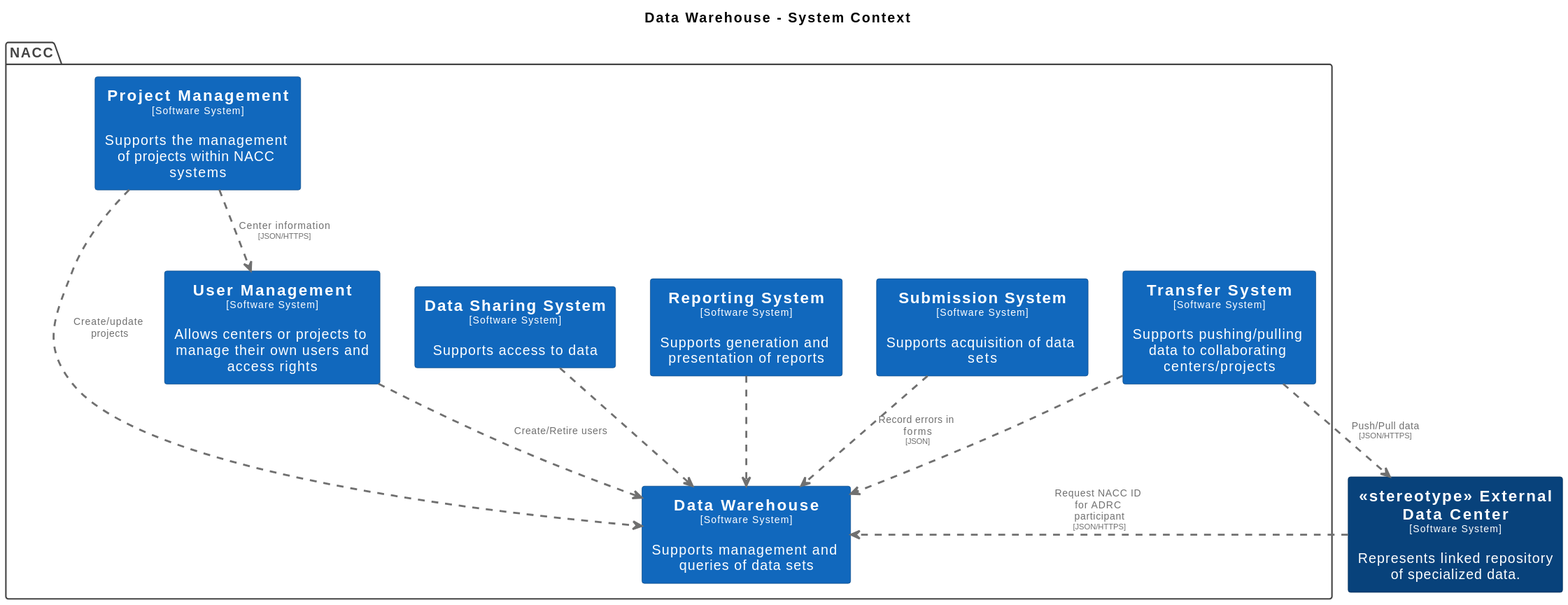
This is docs/images/structurizr-WarehouseContext.svg from naccdata/system-design, a PlantUML export, as it was before one commit.
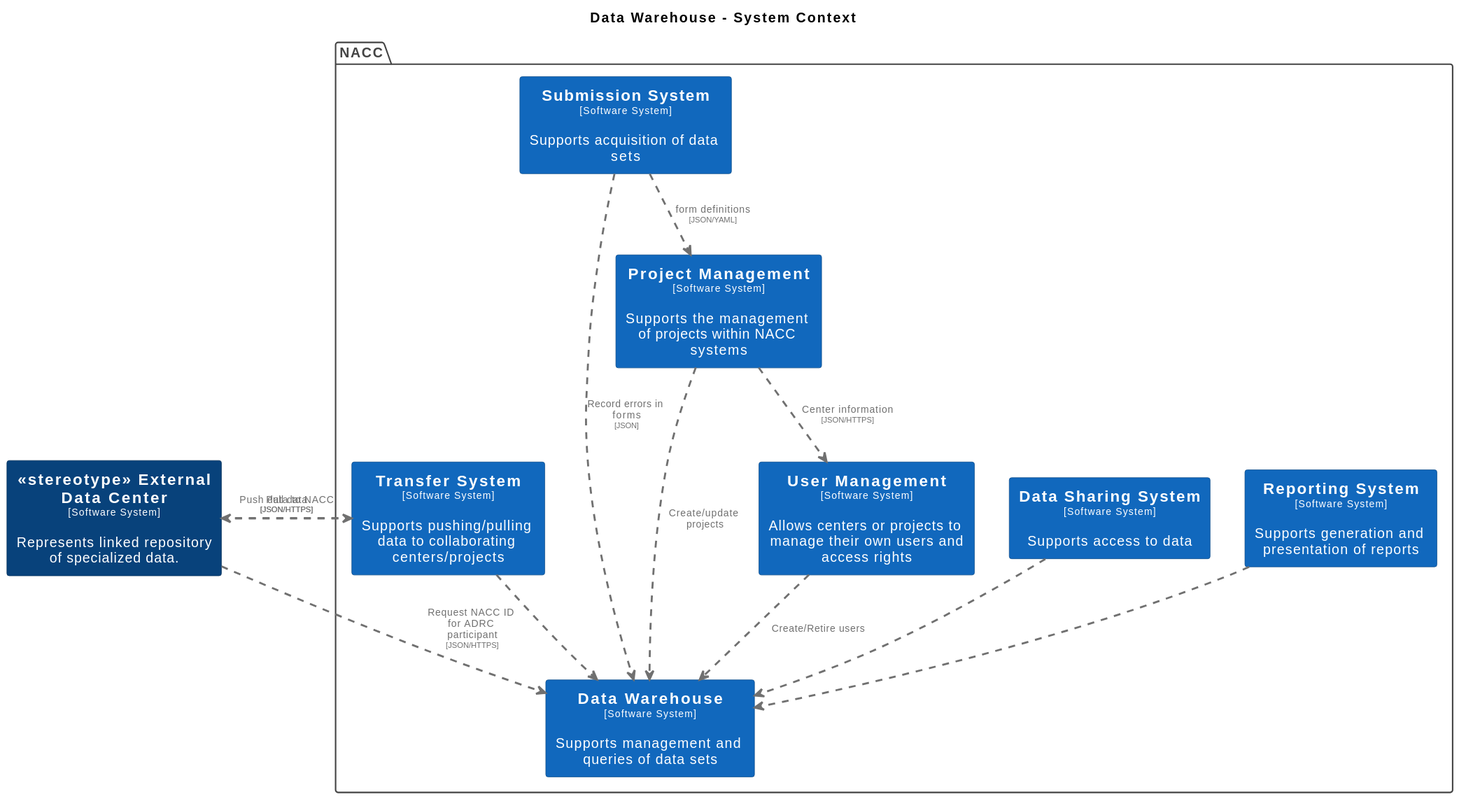
After the commit.

Change to the diagram source:
```diff
@@ -58,24 +58,26 @@
   skinparam PackageBorderColor<<enterprise>> #444444
   skinparam PackageFontColor<<enterprise>> #444444
 
+  rectangle "==Reporting System\n<size:10>[Software System]</size>\n\nSupports generation and presentation of reports" <<ReportingSystem>> as ReportingSystem
+  rectangle "==Data Sharing System\n<size:10>[Software System]</size>\n\nSupports access to data" <<DataSharingSystem>> as DataSharingSystem
   rectangle "==Data Warehouse\n<size:10>[Software System]</size>\n\nSupports management and queries of data sets" <<DataWarehouse>> as DataWarehouse
+  rectangle "==User Management\n<size:10>[Software System]</size>\n\nAllows centers or projects to manage their own users and access rights" <<UserManagement>> as UserManagement
+  rectangle "==Project Management\n<size:10>[Software System]</size>\n\nSupports the management of projects within NACC systems" <<ProjectManagement>> as ProjectManagement
   rectangle "==Submission System\n<size:10>[Software System]</size>\n\nSupports acquisition of data sets" <<SubmissionSystem>> as SubmissionSystem
   rectangle "==Transfer System\n<size:10>[Software System]</size>\n\nSupports pushing/pulling data to collaborating centers/projects" <<TransferSystem>> as TransferSystem
-  rectangle "==Reporting System\n<size:10>[Software System]</size>\n\nSupports generation and presentation of reports" <<ReportingSystem>> as ReportingSystem
-  rectangle "==Data Sharing System\n<size:10>[Software System]</size>\n\nSupports access to data" <<DataSharingSystem>> as DataSharingSystem
-  rectangle "==User Management\n<size:10>[Software System]</size>\n\nAllows centers or projects to manage their own users and access rights" <<UserManagement>> as UserManagement
-  rectangle "==Project Management\n<size:10>[Software System]</size>\n\nSupports the management of projects within NACC systems" <<ProjectManagement>> as ProjectManagement
 }
 
 rectangle "==<<stereotype>> External Data Center\n<size:10>[Software System]</size>\n\nRepresents linked repository of specialized data." <<stereotypeExternalDataCenter>> as stereotypeExternalDataCenter
 
+ReportingSystem .[#707070,thickness=2].> DataWarehouse : "<color:#707070>"
+DataSharingSystem .[#707070,thickness=2].> DataWarehouse : "<color:#707070>"
+stereotypeExternalDataCenter .[#707070,thickness=2].> DataWarehouse : "<color:#707070>Request NACC ID for ADRC participant\n<color:#707070><size:8>[JSON/HTTPS]</size>"
+stereotypeExternalDataCenter .[#707070,thickness=2].> TransferSystem : "<color:#707070>Push data to NACC\n<color:#707070><size:8>[JSON/HTTPS]</size>"
+TransferSystem .[#707070,thickness=2].> stereotypeExternalDataCenter : "<color:#707070>Pull data\n<color:#707070><size:8>[JSON/HTTPS]</size>"
+UserManagement .[#707070,thickness=2].> DataWarehouse : "<color:#707070>Create/Retire users"
 ProjectManagement .[#707070,thickness=2].> UserManagement : "<color:#707070>Center information\n<color:#707070><size:8>[JSON/HTTPS]</size>"
 ProjectManagement .[#707070,thickness=2].> DataWarehouse : "<color:#707070>Create/update projects"
-stereotypeExternalDataCenter .[#707070,thickness=2].> DataWarehouse : "<color:#707070>Request NACC ID for ADRC participant\n<color:#707070><size:8>[JSON/HTTPS]</size>"
-TransferSystem .[#707070,thickness=2].> stereotypeExternalDataCenter : "<color:#707070>Push/Pull data\n<color:#707070><size:8>[JSON/HTTPS]</size>"
 SubmissionSystem .[#707070,thickness=2].> DataWarehouse : "<color:#707070>Record errors in forms\n<color:#707070><size:8>[JSON]</size>"
+SubmissionSystem .[#707070,thickness=2].> ProjectManagement : "<color:#707070>form definitions\n<color:#707070><size:8>[JSON/YAML]</size>"
 TransferSystem .[#707070,thickness=2].> DataWarehouse : "<color:#707070>"
-ReportingSystem .[#707070,thickness=2].> DataWarehouse : "<color:#707070>"
-DataSharingSystem .[#707070,thickness=2].> DataWarehouse : "<color:#707070>"
-UserManagement .[#707070,thickness=2].> DataWarehouse : "<color:#707070>Create/Retire users"
 @enduml
```
